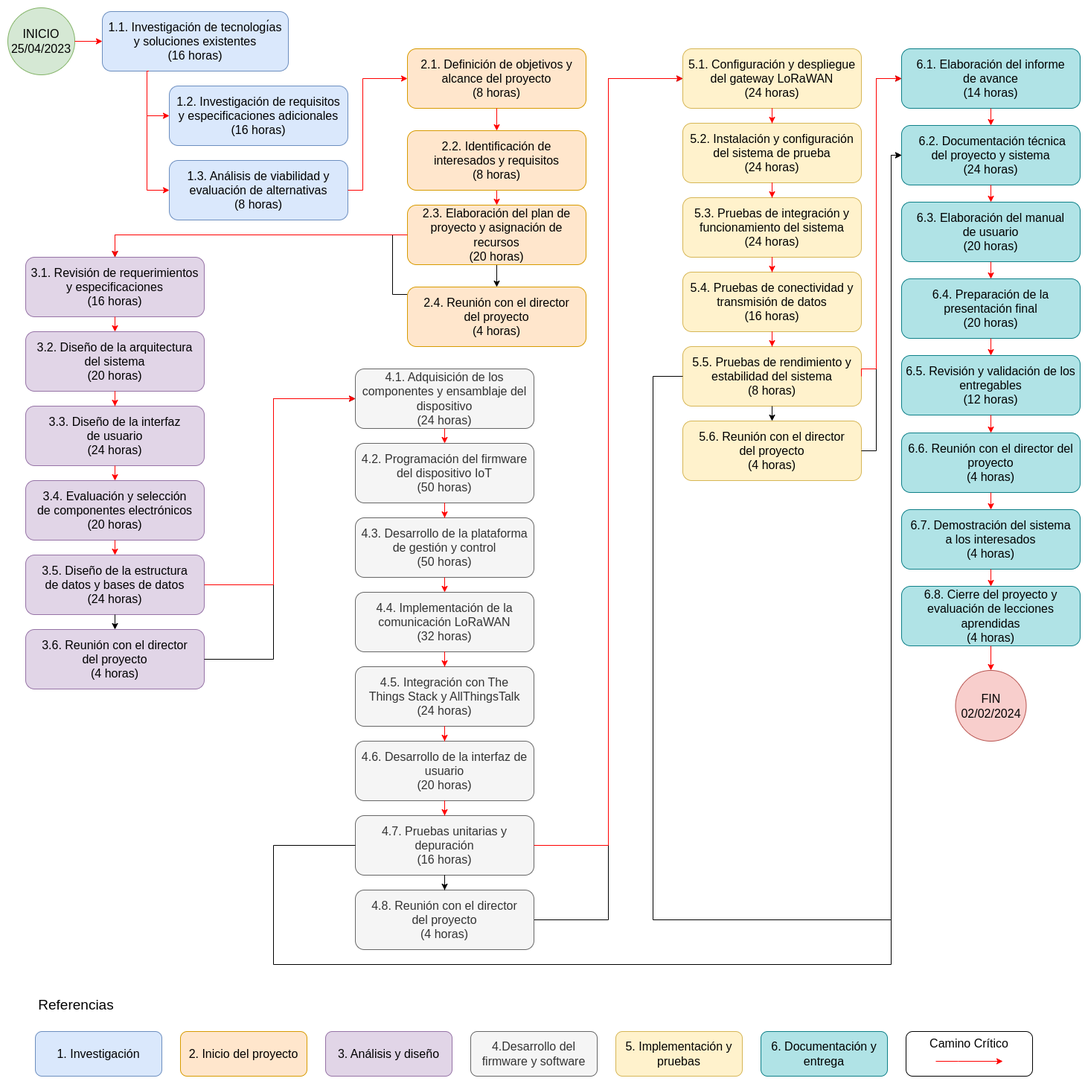
Before: Figuras/AoN.png, a diagram exported from draw.io (nachohernandorena/Plantilla-planificacion). Source tidied: cells renumbered, new cells last; positions are measured from the earlier drawing's top-left corner, leaving out a move shared by most shapes.
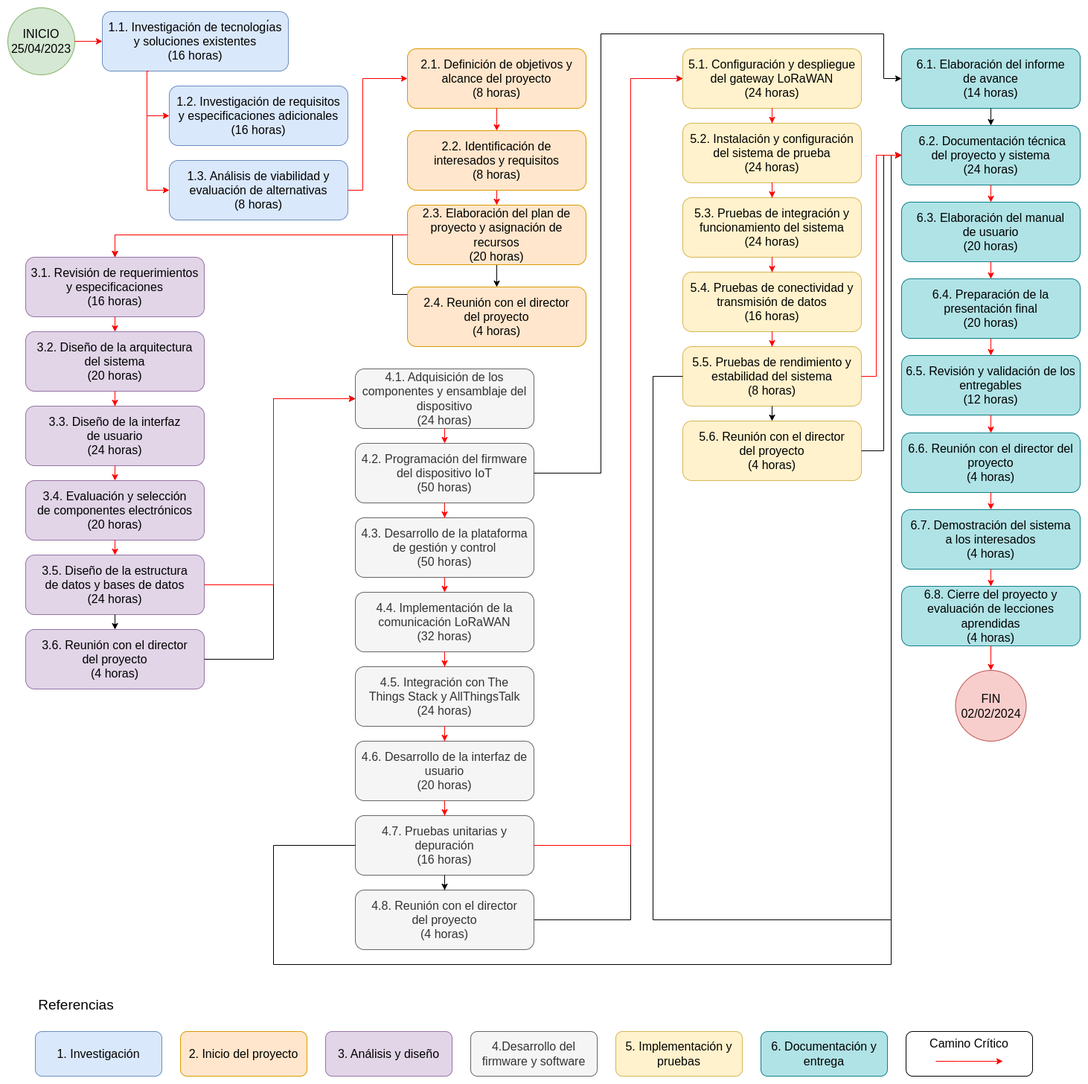
After the commit.

The edit, as a diff of the source:
```diff
@@ -5,8 +5,8 @@
     <mxCell id="2" style="edgeStyle=orthogonalEdgeStyle;rounded=0;jettySize=auto;orthogonalGap=20;fontSize=16;exitX=1;exitY=0.5;exitDx=0;exitDy=0;entryX=0;entryY=0.5;entryDx=0;entryDy=0;" parent="1" edge="1" source="25" target="26">
       <mxGeometry relative="1" as="geometry">
         <Array as="points">
-          <mxPoint x="807" y="1225" />
-          <mxPoint x="807" y="95" />
+          <mxPoint x="837" y="1225" />
+          <mxPoint x="837" y="95" />
         </Array>
       </mxGeometry>
     </mxCell>
@@ -182,8 +182,8 @@
     <mxCell id="51" style="edgeStyle=orthogonalEdgeStyle;rounded=0;jettySize=auto;orthogonalGap=20;fontSize=16;exitX=1;exitY=0.5;exitDx=0;exitDy=0;entryX=0;entryY=0.5;entryDx=0;entryDy=0;strokeColor=#FF0000;" parent="1" edge="1" source="24" target="26">
       <mxGeometry relative="1" as="geometry">
         <Array as="points">
-          <mxPoint x="807" y="1125" />
-          <mxPoint x="807" y="95" />
+          <mxPoint x="837" y="1125" />
+          <mxPoint x="837" y="95" />
         </Array>
       </mxGeometry>
     </mxCell>
@@ -199,7 +199,7 @@
     <mxCell id="55" style="edgeStyle=orthogonalEdgeStyle;rounded=0;jettySize=auto;orthogonalGap=20;fontSize=16;exitX=0.5;exitY=1;exitDx=0;exitDy=0;strokeColor=#FF0000;" parent="1" edge="1" source="28" target="29">
       <mxGeometry relative="1" as="geometry" />
     </mxCell>
-    <mxCell id="56" style="edgeStyle=orthogonalEdgeStyle;rounded=0;jettySize=auto;orthogonalGap=20;fontSize=16;entryX=0.5;entryY=0;entryDx=0;entryDy=0;exitX=0.5;exitY=1;exitDx=0;exitDy=0;strokeColor=#FF0000;" parent="1" edge="1" source="32" target="33">
+    <mxCell id="56" style="edgeStyle=orthogonalEdgeStyle;rounded=0;jettySize=auto;orthogonalGap=20;fontSize=16;entryX=0.5;entryY=0;entryDx=0;entryDy=0;exitX=0.5;exitY=1;exitDx=0;exitDy=0;strokeColor=#000000;" parent="1" edge="1" source="32" target="33">
       <mxGeometry relative="1" as="geometry" />
     </mxCell>
     <mxCell id="57" style="edgeStyle=orthogonalEdgeStyle;rounded=0;jettySize=auto;orthogonalGap=20;fontSize=16;entryX=0.5;entryY=0;entryDx=0;entryDy=0;exitX=0.5;exitY=1;exitDx=0;exitDy=0;strokeColor=#FF0000;" parent="1" edge="1" source="34" target="35">
@@ -208,14 +208,6 @@
     <mxCell id="58" style="edgeStyle=orthogonalEdgeStyle;rounded=0;jettySize=auto;orthogonalGap=20;fontSize=16;exitX=0.5;exitY=1;exitDx=0;exitDy=0;strokeColor=#FF0000;" parent="1" edge="1" source="29" target="30">
       <mxGeometry relative="1" as="geometry" />
     </mxCell>
-    <mxCell id="59" style="edgeStyle=orthogonalEdgeStyle;rounded=0;jettySize=auto;orthogonalGap=20;fontSize=16;entryX=0;entryY=0.5;entryDx=0;entryDy=0;exitX=1;exitY=0.5;exitDx=0;exitDy=0;" parent="1" edge="1" source="31" target="32">
-      <mxGeometry relative="1" as="geometry">
-        <Array as="points">
-          <mxPoint x="1167" y="595" />
-          <mxPoint x="1167" y="95" />
-        </Array>
-      </mxGeometry>
-    </mxCell>
     <mxCell id="60" style="edgeStyle=orthogonalEdgeStyle;rounded=0;jettySize=auto;orthogonalGap=20;fontSize=16;exitX=0.5;exitY=1;exitDx=0;exitDy=0;strokeColor=#FF0000;" parent="1" edge="1" source="35" target="36">
       <mxGeometry relative="1" as="geometry" />
     </mxCell>
@@ -248,12 +240,13 @@
         </Array>
       </mxGeometry>
     </mxCell>
-    <mxCell id="66" style="edgeStyle=orthogonalEdgeStyle;rounded=0;jettySize=auto;orthogonalGap=20;fontSize=16;exitX=1;exitY=0.5;exitDx=0;exitDy=0;entryX=0;entryY=0.5;entryDx=0;entryDy=0;strokeColor=#FF0000;" parent="1" edge="1" source="30" target="32">
+    <mxCell id="66" style="edgeStyle=orthogonalEdgeStyle;rounded=0;jettySize=auto;orthogonalGap=20;fontSize=16;strokeColor=#000000;entryX=0;entryY=0.5;entryDx=0;entryDy=0;exitX=1;exitY=0.5;exitDx=0;exitDy=0;" parent="1" edge="1" source="19" target="32">
       <mxGeometry relative="1" as="geometry">
         <Array as="points">
-          <mxPoint x="1147" y="485" />
-          <mxPoint x="1167" y="485" />
-          <mxPoint x="1167" y="95" />
+          <mxPoint x="797" y="625" />
+          <mxPoint x="797" y="35" />
+          <mxPoint x="1177" y="35" />
+          <mxPoint x="1177" y="95" />
         </Array>
       </mxGeometry>
     </mxCell>
@@ -353,5 +346,21 @@
     <mxCell id="90" value="Referencias" style="text;html=1;strokeColor=none;fillColor=none;align=center;verticalAlign=middle;whiteSpace=wrap;rounded=0;fontSize=19;" parent="1" vertex="1">
       <mxGeometry x="37" y="1325" width="110" height="30" as="geometry" />
     </mxCell>
+    <mxCell id="91" style="edgeStyle=orthogonalEdgeStyle;rounded=0;jettySize=auto;orthogonalGap=20;fontSize=16;entryX=0;entryY=0.5;entryDx=0;entryDy=0;exitX=1;exitY=0.5;exitDx=0;exitDy=0;strokeColor=#000000;" parent="1" edge="1" source="31" target="33">
+      <mxGeometry relative="1" as="geometry">
+        <Array as="points">
+          <mxPoint x="1177" y="595" />
+          <mxPoint x="1177" y="198" />
+        </Array>
+      </mxGeometry>
+    </mxCell>
+    <mxCell id="59" style="edgeStyle=orthogonalEdgeStyle;rounded=0;jettySize=auto;orthogonalGap=20;fontSize=16;entryX=0;entryY=0.5;entryDx=0;entryDy=0;exitX=1;exitY=0.5;exitDx=0;exitDy=0;strokeColor=#FF0000;" parent="1" edge="1" source="30" target="33">
+      <mxGeometry relative="1" as="geometry">
+        <Array as="points">
+          <mxPoint x="1167" y="495" />
+          <mxPoint x="1167" y="198" />
+        </Array>
+      </mxGeometry>
+    </mxCell>
   </root>
 </mxGraphModel>
```
